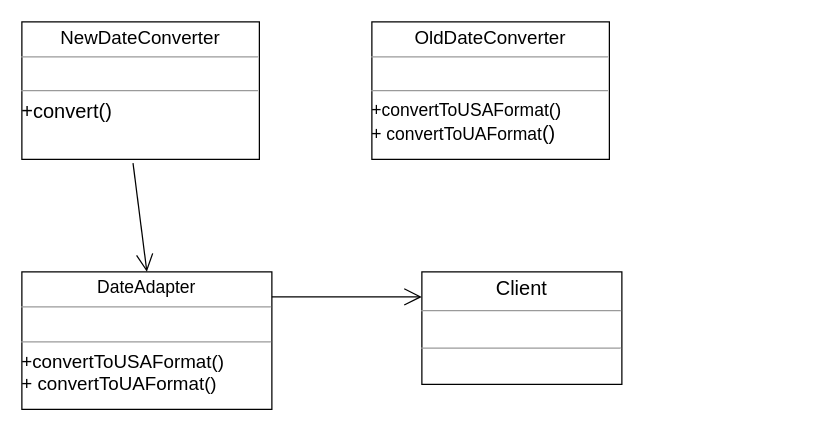
MaksShadows/Patterns keeps this draw.io diagram as structural/adapter/adapter.drawio. Above is the earlier version. Source tidied: cells renumbered, new cells numbered last; positions are measured from the earlier drawing's top-left corner, leaving out a move shared by most shapes. Both pictures are drawn from the tidied source at 125%, with x=0, y=0 at pixel (21, 21).
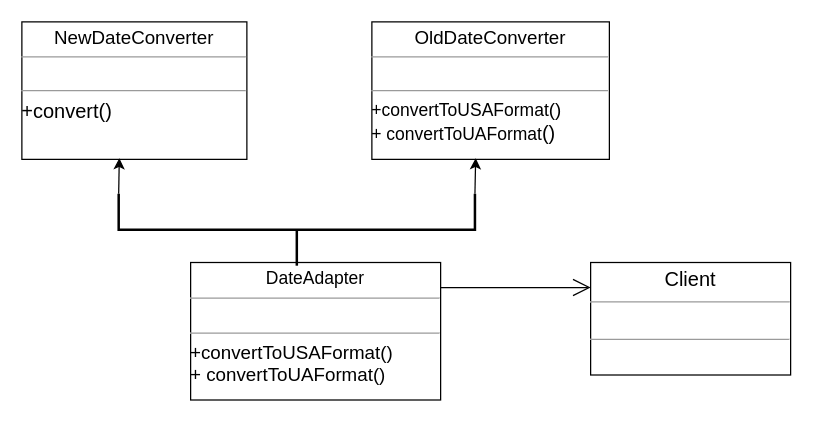
Above is the later version.

What changed in the source:
```diff
@@
 <mxGraphModel>
   <root>
     <mxCell id="0" />
     <mxCell id="1" parent="0" />
     <mxCell id="2" value="&lt;p style=&quot;margin: 0px ; margin-top: 4px ; text-align: center&quot;&gt;&lt;font style=&quot;font-size: 15px&quot;&gt;OldDateConverter&lt;/font&gt;&lt;br&gt;&lt;/p&gt;&lt;hr size=&quot;1&quot;&gt;&lt;p style=&quot;margin: 0px ; margin-left: 4px&quot;&gt;&lt;br&gt;&lt;/p&gt;&lt;hr size=&quot;1&quot;&gt;&lt;p style=&quot;text-align: justify ; margin: 0px 0px 0px 4px&quot;&gt;&lt;/p&gt;&lt;span style=&quot;font-size: 14px ; text-align: justify&quot;&gt;+&lt;/span&gt;&lt;span style=&quot;font-size: 14px&quot;&gt;convertToUSAFormat&lt;/span&gt;&lt;font style=&quot;font-size: 15px&quot;&gt;()&lt;/font&gt;&lt;br&gt;&lt;span style=&quot;font-size: 14px&quot;&gt;+&amp;nbsp;&lt;/span&gt;&lt;span style=&quot;font-size: 14px&quot;&gt;convertToUAFormat&lt;/span&gt;&lt;font style=&quot;font-size: 16px&quot;&gt;()&lt;/font&gt;&lt;span style=&quot;font-size: 14px&quot;&gt;&lt;br&gt;&lt;/span&gt;" style="verticalAlign=top;align=left;overflow=fill;fontSize=12;fontFamily=Helvetica;html=1;" parent="1" vertex="1">
       <mxGeometry x="280" width="190" height="110" as="geometry" />
     </mxCell>
     <mxCell id="3" value="&lt;p style=&quot;text-align: center ; margin: 4px 0px 0px&quot;&gt;&lt;span style=&quot;font-size: 14px&quot;&gt;DateAdapter&lt;/span&gt;&lt;br&gt;&lt;/p&gt;&lt;hr size=&quot;1&quot; style=&quot;text-align: justify ; font-size: 14px&quot;&gt;&lt;p style=&quot;text-align: justify ; margin: 0px 0px 0px 4px&quot;&gt;&lt;br&gt;&lt;/p&gt;&lt;hr size=&quot;1&quot; style=&quot;text-align: justify&quot;&gt;&lt;p style=&quot;text-align: justify ; margin: 0px 0px 0px 4px&quot;&gt;&lt;/p&gt;&lt;font style=&quot;font-size: 15px&quot;&gt;&lt;span style=&quot;text-align: justify&quot;&gt;+&lt;/span&gt;convertToUSAFormat()&lt;br&gt;&lt;/font&gt;&lt;font style=&quot;font-size: 15px&quot;&gt;+ convertToUAFormat()&lt;/font&gt;" style="verticalAlign=top;align=left;overflow=fill;fontSize=12;fontFamily=Helvetica;html=1;" parent="1" vertex="1">
-      <mxGeometry y="200" width="200" height="110" as="geometry" />
+      <mxGeometry x="135" y="192.5" width="200" height="110" as="geometry" />
     </mxCell>
     <mxCell id="4" value="&lt;p style=&quot;text-align: center ; margin: 4px 0px 0px ; font-size: 16px&quot;&gt;&lt;font style=&quot;font-size: 16px&quot;&gt;Client&lt;/font&gt;&lt;/p&gt;&lt;hr size=&quot;1&quot; style=&quot;text-align: justify ; font-size: 16px&quot;&gt;&lt;p style=&quot;text-align: justify ; margin: 0px 0px 0px 4px&quot;&gt;&lt;br&gt;&lt;/p&gt;&lt;hr size=&quot;1&quot; style=&quot;text-align: justify&quot;&gt;&lt;p style=&quot;text-align: justify ; margin: 0px 0px 0px 4px&quot;&gt;&lt;br&gt;&lt;/p&gt;" style="verticalAlign=top;align=left;overflow=fill;fontSize=12;fontFamily=Helvetica;html=1;" parent="1" vertex="1">
-      <mxGeometry x="320" y="200" width="160" height="90" as="geometry" />
+      <mxGeometry x="455" y="192.5" width="160" height="90" as="geometry" />
     </mxCell>
     <mxCell id="5" style="endArrow=open;endFill=1;endSize=12;html=1;" parent="1" edge="1">
       <mxGeometry relative="1" as="geometry">
-        <mxPoint x="200" y="220" as="sourcePoint" />
-        <mxPoint x="320" y="220" as="targetPoint" />
+        <mxPoint x="335" y="212.5" as="sourcePoint" />
+        <mxPoint x="455" y="212.5" as="targetPoint" />
       </mxGeometry>
     </mxCell>
     <mxCell id="6" value="&lt;p style=&quot;margin: 0px ; margin-top: 4px ; text-align: center&quot;&gt;&lt;font style=&quot;font-size: 15px&quot;&gt;NewDateConverter&lt;/font&gt;&lt;br&gt;&lt;/p&gt;&lt;hr size=&quot;1&quot;&gt;&lt;p style=&quot;margin: 0px ; margin-left: 4px&quot;&gt;&lt;br&gt;&lt;/p&gt;&lt;hr size=&quot;1&quot;&gt;&lt;p style=&quot;text-align: justify ; margin: 0px 0px 0px 4px&quot;&gt;&lt;/p&gt;&lt;font style=&quot;font-size: 16px&quot;&gt;&lt;span style=&quot;text-align: justify&quot;&gt;+&lt;/span&gt;convert()&lt;br&gt;&lt;/font&gt;&lt;span style=&quot;font-size: 14px&quot;&gt;&lt;br&gt;&lt;/span&gt;" style="verticalAlign=top;align=left;overflow=fill;fontSize=12;fontFamily=Helvetica;html=1;" parent="1" vertex="1">
-      <mxGeometry width="190" height="110" as="geometry" />
+      <mxGeometry width="180" height="110" as="geometry" />
     </mxCell>
+    <mxCell id="8" style="edgeStyle=orthogonalEdgeStyle;rounded=0;jettySize=auto;html=1;exitX=1;exitY=0;exitDx=0;exitDy=0;exitPerimeter=0;entryX=0.433;entryY=0.991;entryDx=0;entryDy=0;entryPerimeter=0;" parent="1" edge="1" source="7" target="6">
+      <mxGeometry relative="1" as="geometry" />
+    </mxCell>
+    <mxCell id="9" style="edgeStyle=orthogonalEdgeStyle;rounded=0;jettySize=auto;html=1;exitX=1;exitY=1;exitDx=0;exitDy=0;exitPerimeter=0;entryX=0.437;entryY=0.991;entryDx=0;entryDy=0;entryPerimeter=0;" parent="1" edge="1" source="7" target="2">
+      <mxGeometry relative="1" as="geometry" />
+    </mxCell>
-    <mxCell id="7" style="endArrow=open;endFill=1;endSize=12;html=1;exitX=0.468;exitY=1.027;exitDx=0;exitDy=0;exitPerimeter=0;entryX=0.5;entryY=0;entryDx=0;entryDy=0;" parent="1" edge="1" source="6" target="3">
-      <mxGeometry relative="1" as="geometry" />
+    <mxCell id="7" style="strokeWidth=2;html=1;shape=mxgraph.flowchart.annotation_2;align=left;labelPosition=right;rotation=-90;" parent="1" vertex="1">
+      <mxGeometry x="191.2" y="23.8" width="57.5" height="285" as="geometry" />
     </mxCell>
   </root>
 </mxGraphModel>
```
